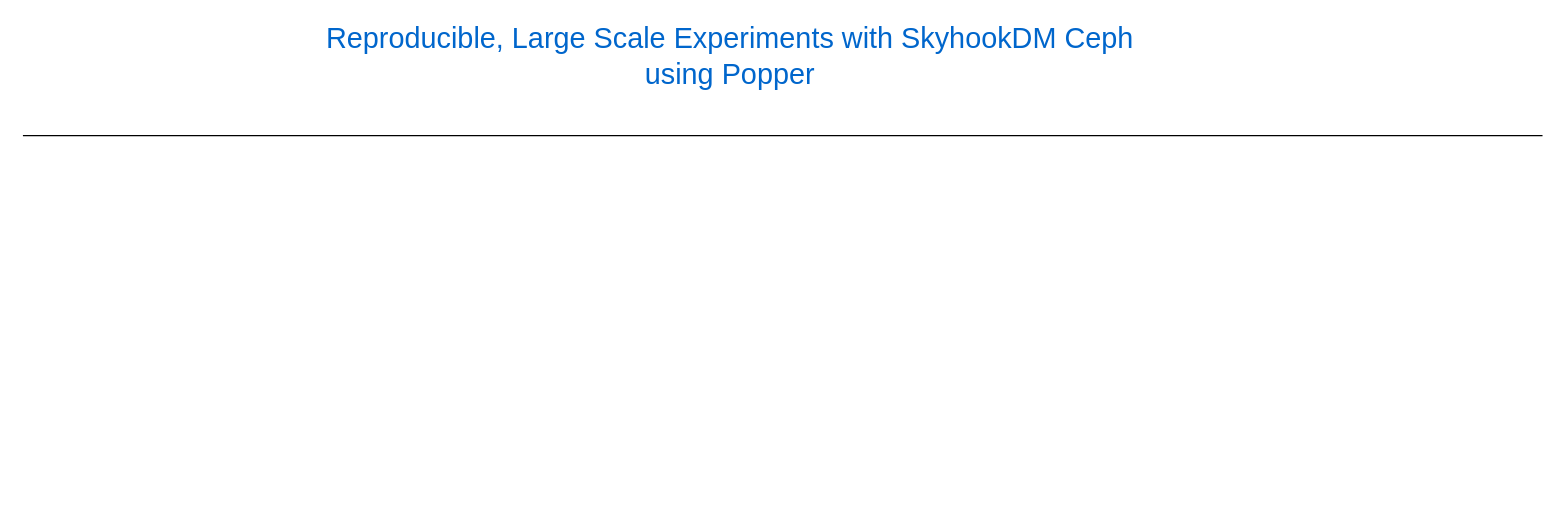
Above: iris-hep.drawio in JayjeetAtGithub/draw.io (draw.io), before the change. Source tidied: cells renumbered, new cells numbered last; positions are measured from the earlier drawing's top-left corner, leaving out a move shared by most shapes. Both pictures are drawn from the tidied source at 131%, with x=0, y=0 at pixel (22, 43).
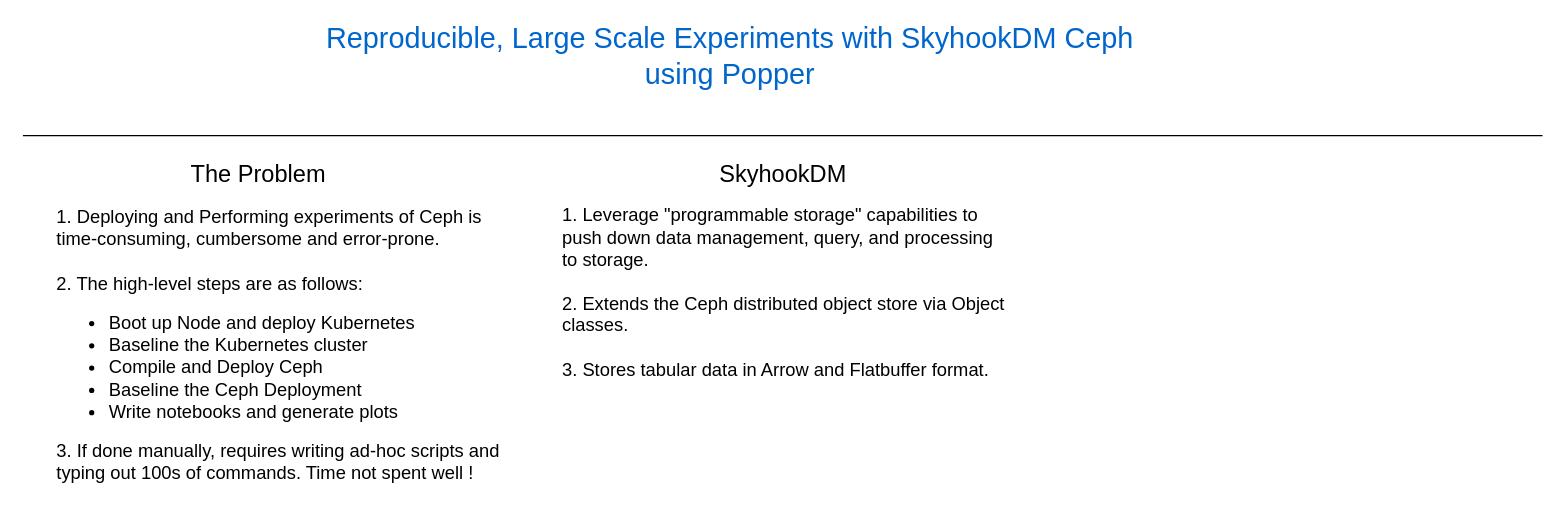
The same diagram, later.

Change to the diagram source:
```diff
@@
 <mxGraphModel>
   <root>
     <mxCell id="0" />
     <mxCell id="1" parent="0" />
     <mxCell id="2" value="&lt;font style=&quot;font-size: 22px&quot; color=&quot;#0066cc&quot;&gt;Reproducible, Large Scale Experiments with SkyhookDM Ceph using Popper&lt;/font&gt;" style="text;html=1;strokeColor=none;fillColor=none;align=center;verticalAlign=middle;whiteSpace=wrap;rounded=0;" parent="1" vertex="1">
       <mxGeometry x="205" width="670" height="20" as="geometry" />
     </mxCell>
     <mxCell id="3" style="endArrow=none;html=1;" parent="1" edge="1">
       <mxGeometry relative="1" as="geometry">
         <mxPoint y="70" as="sourcePoint" />
         <mxPoint x="1160" y="70" as="targetPoint" />
       </mxGeometry>
     </mxCell>
+    <mxCell id="4" value="&lt;font style=&quot;font-size: 18px&quot;&gt;The Problem&lt;/font&gt;" style="text;html=1;strokeColor=none;fillColor=none;align=center;verticalAlign=middle;whiteSpace=wrap;rounded=0;" parent="1" vertex="1">
+      <mxGeometry x="115" y="90" width="130" height="20" as="geometry" />
+    </mxCell>
+    <mxCell id="5" value="&lt;div style=&quot;text-align: left ; font-size: 14px&quot;&gt;&lt;font style=&quot;font-size: 14px&quot;&gt;1. Deploying and Performing experiments of Ceph is&amp;nbsp;&lt;/font&gt;&lt;/div&gt;&lt;div style=&quot;text-align: left ; font-size: 14px&quot;&gt;&lt;font style=&quot;font-size: 14px&quot;&gt;time-consuming, cumbersome and error-prone.&lt;/font&gt;&lt;/div&gt;&lt;div style=&quot;text-align: left ; font-size: 14px&quot;&gt;&lt;font style=&quot;font-size: 14px&quot;&gt;&lt;br&gt;&lt;/font&gt;&lt;/div&gt;&lt;font style=&quot;font-size: 14px&quot;&gt;&lt;div style=&quot;text-align: left&quot;&gt;&lt;span&gt;2. The high-level steps are as follows:&amp;nbsp;&lt;/span&gt;&lt;/div&gt;&lt;div style=&quot;text-align: left&quot;&gt;&lt;ul&gt;&lt;li&gt;&lt;span&gt;&lt;div style=&quot;text-align: left&quot;&gt;&lt;span&gt;Boot up Node and deploy Kubernetes&lt;/span&gt;&lt;/div&gt;&lt;/span&gt;&lt;/li&gt;&lt;li&gt;&lt;div style=&quot;text-align: left&quot;&gt;Baseline the Kubernetes cluster&lt;/div&gt;&lt;/li&gt;&lt;li&gt;&lt;div style=&quot;text-align: left&quot;&gt;Compile and Deploy Ceph&lt;/div&gt;&lt;/li&gt;&lt;li&gt;&lt;div style=&quot;text-align: left&quot;&gt;Baseline the Ceph Deployment&lt;/div&gt;&lt;/li&gt;&lt;li&gt;&lt;div style=&quot;text-align: left&quot;&gt;Write notebooks and generate plots&lt;/div&gt;&lt;/li&gt;&lt;/ul&gt;&lt;div&gt;3. If done manually, requires writing ad-hoc scripts and typing out 100s of commands. Time not spent well !&lt;/div&gt;&lt;/div&gt;&lt;/font&gt;" style="text;html=1;strokeColor=none;fillColor=none;align=center;verticalAlign=middle;whiteSpace=wrap;rounded=0;" parent="1" vertex="1">
+      <mxGeometry x="25" y="110" width="350" height="240" as="geometry" />
+    </mxCell>
+    <mxCell id="6" style="edgeStyle=orthogonalEdgeStyle;rounded=0;orthogonalLoop=1;jettySize=auto;html=1;exitX=0.5;exitY=1;exitDx=0;exitDy=0;" parent="1" edge="1" source="4" target="4">
+      <mxGeometry relative="1" as="geometry" />
+    </mxCell>
+    <mxCell id="7" style="edgeStyle=orthogonalEdgeStyle;rounded=0;orthogonalLoop=1;jettySize=auto;html=1;exitX=0.5;exitY=1;exitDx=0;exitDy=0;" parent="1" edge="1" source="4" target="4">
+      <mxGeometry relative="1" as="geometry" />
+    </mxCell>
+    <mxCell id="8" value="&lt;font style=&quot;font-size: 18px&quot;&gt;SkyhookDM&lt;/font&gt;" style="text;html=1;strokeColor=none;fillColor=none;align=center;verticalAlign=middle;whiteSpace=wrap;rounded=0;" parent="1" vertex="1">
+      <mxGeometry x="577.5" y="90" width="5" height="20" as="geometry" />
+    </mxCell>
+    <mxCell id="9" value="&lt;font style=&quot;font-size: 14px&quot;&gt;&lt;span&gt;1. Leverage &quot;programmable storage&quot; capabilities to push down data management, query, and processing to storage.&lt;/span&gt;&lt;br&gt;&lt;br&gt;&lt;span&gt;2. Extends the Ceph distributed object store via Object classes.&lt;/span&gt;&lt;br&gt;&lt;br&gt;&lt;span&gt;3. Stores tabular data in Arrow and Flatbuffer format.&lt;/span&gt;&lt;/font&gt;" style="text;html=1;strokeColor=none;fillColor=none;align=left;verticalAlign=middle;whiteSpace=wrap;rounded=0;" parent="1" vertex="1">
+      <mxGeometry x="410" y="110" width="340" height="160" as="geometry" />
+    </mxCell>
   </root>
 </mxGraphModel>
```
